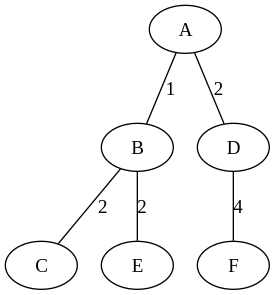
Before: output_graph_kruskal.png, a diagram exported from Graphviz (A1kari8/DSA-LAB3). Its source is kept beside it as output_graph_kruskal.dot.
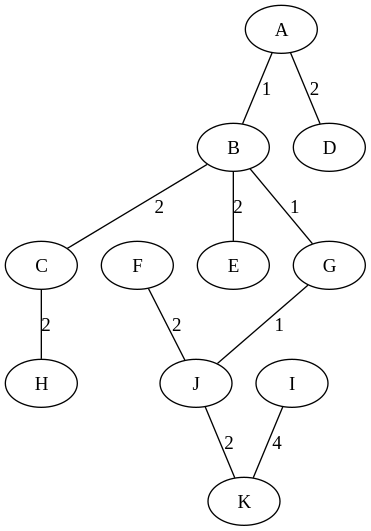
The same diagram one commit later.

The edit, as a diff of the source:
```diff
@@ -1,7 +1,12 @@
 graph G {
     A -- B [label="1"];
+    G -- J [label="1"];
+    B -- G [label="1"];
+    J -- K [label="2"];
+    F -- J [label="2"];
+    C -- H [label="2"];
+    B -- E [label="2"];
     B -- C [label="2"];
     A -- D [label="2"];
-    B -- E [label="2"];
-    D -- F [label="4"];
+    I -- K [label="4"];
 }
```
